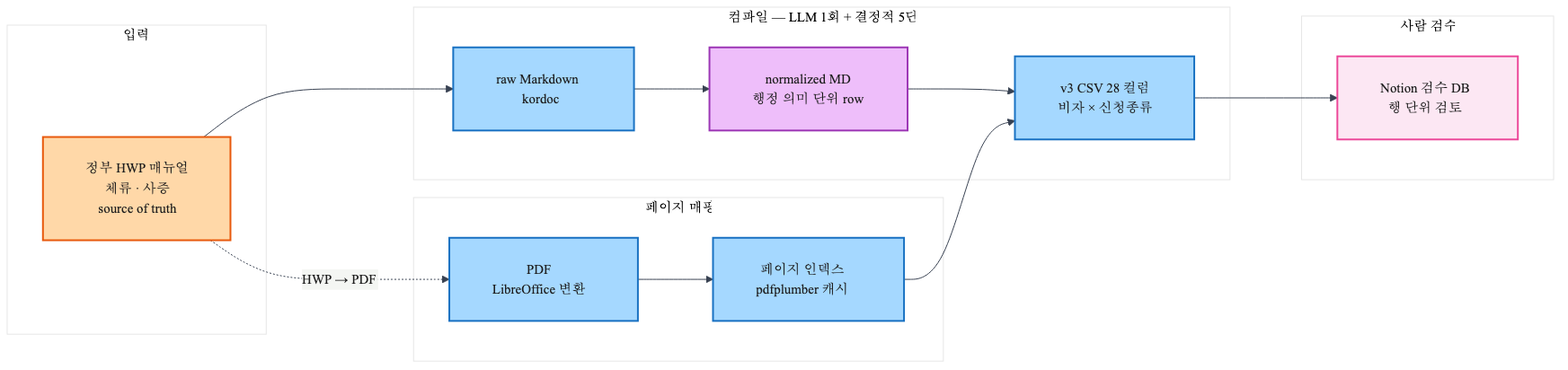
Before: docs/diagrams/architecture_overview.png, a diagram exported from Mermaid (jhkim0602/-Vizabridge-IT-AI-). Its source is kept beside it as docs/diagrams/architecture_overview.mmd.
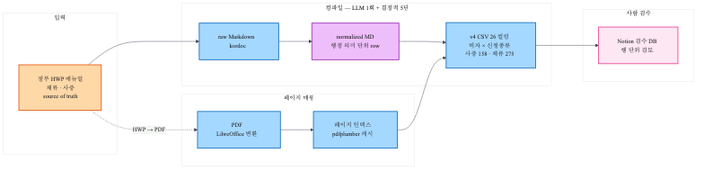
Above is the later version.

Change to the diagram source:
```diff
@@ -14,7 +14,7 @@
         direction TB
         MD["raw Markdown&nbsp;&nbsp;<br/>kordoc"]:::det
         NORM["normalized MD&nbsp;&nbsp;<br/>행정 의미 단위 row&nbsp;&nbsp;"]:::llm
-        CSV["v3 CSV 28 컬럼&nbsp;&nbsp;<br/>비자 × 신청종류&nbsp;&nbsp;"]:::det
+        CSV["v4 CSV 26 컬럼&nbsp;&nbsp;<br/>비자 × 신청종류&nbsp;&nbsp;<br/>사증 158 · 체류 275&nbsp;&nbsp;"]:::det
         MD --> NORM --> CSV
     end
 
```
